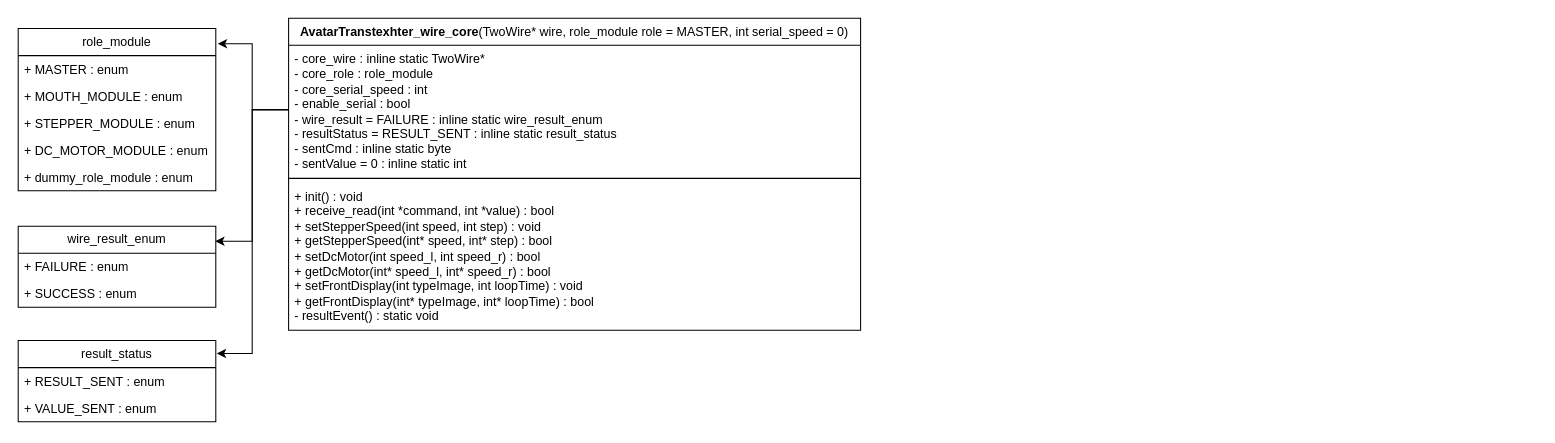
tremagiro/AvatarTranstexhter_wire_core keeps this draw.io diagram as page "クラス図" (1 of 10) of doc/AvatarTranstexhter_wire_core_sequence.drawio. Above is the earlier version. Source tidied: cells renumbered, new cells numbered last; positions are measured from the earlier drawing's top-left corner, leaving out a move shared by most shapes. Both pictures are drawn from the tidied source at 104%, with x=0, y=0 at pixel (18, 18).
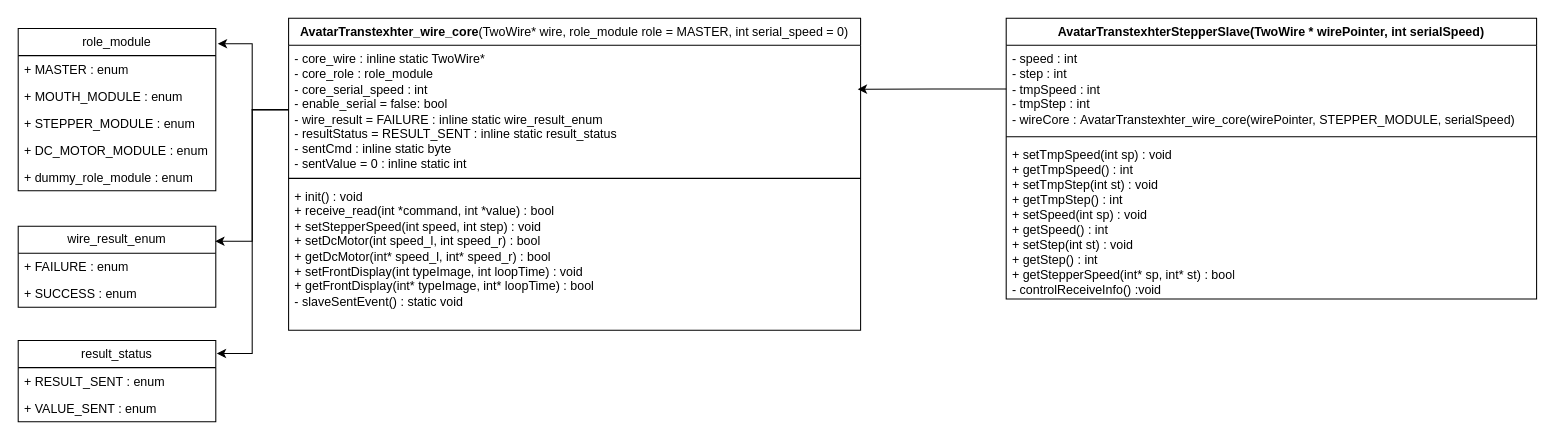
After the change.

The change refers to these unchanged cells:
```xml
<mxCell id="2" value="AvatarTranstexhter_wire_core&lt;span style=&quot;font-weight: 400; text-align: left;&quot;&gt;(TwoWire* wire, role_module role = MASTER, int serial_speed = 0)&lt;/span&gt;" style="swimlane;fontStyle=1;align=center;verticalAlign=top;horizontal=1;startSize=26;whiteSpace=wrap;html=1;" parent="1" vertex="1">
  <mxGeometry x="260" width="550" height="300" as="geometry" />
</mxCell>
```

Change to the diagram source:
```diff
@@
-    <mxCell id="3" value="- core_wire : inline static TwoWire*&lt;div&gt;- core_role : role_module&lt;/div&gt;&lt;div&gt;- core_serial_speed : int&lt;/div&gt;&lt;div&gt;- enable_serial : bool&lt;/div&gt;&lt;div&gt;- wire_result = FAILURE : inline static wire_result_enum&lt;/div&gt;&lt;div&gt;- resultStatus = RESULT_SENT : inline static result_status&lt;/div&gt;&lt;div&gt;- sentCmd : inline static byte&lt;/div&gt;&lt;div&gt;- sentValue = 0 : inline static int&lt;/div&gt;" style="text;strokeColor=none;fillColor=none;align=left;verticalAlign=top;spacingLeft=4;spacingRight=4;overflow=hidden;points=[[0,0.5],[1,0.5]];portConstraint=eastwest;whiteSpace=wrap;html=1;" parent="2" vertex="1">
+    <mxCell id="3" value="- core_wire : inline static TwoWire*&lt;div&gt;- core_role : role_module&lt;/div&gt;&lt;div&gt;- core_serial_speed : int&lt;/div&gt;&lt;div&gt;- enable_serial = false: bool&lt;/div&gt;&lt;div&gt;- wire_result = FAILURE : inline static wire_result_enum&lt;/div&gt;&lt;div&gt;- resultStatus = RESULT_SENT : inline static result_status&lt;/div&gt;&lt;div&gt;- sentCmd : inline static byte&lt;/div&gt;&lt;div&gt;- sentValue = 0 : inline static int&lt;/div&gt;" style="text;strokeColor=none;fillColor=none;align=left;verticalAlign=top;spacingLeft=4;spacingRight=4;overflow=hidden;points=[[0,0.5],[1,0.5]];portConstraint=eastwest;whiteSpace=wrap;html=1;" parent="2" vertex="1">
       <mxGeometry y="26" width="550" height="124" as="geometry" />
     </mxCell>
@@
-    <mxCell id="5" value="&lt;div&gt;&lt;span style=&quot;background-color: transparent; color: light-dark(rgb(0, 0, 0), rgb(255, 255, 255));&quot;&gt;+ init() : void&lt;/span&gt;&lt;/div&gt;&lt;div&gt;+ receive_read(int *command, int *value) : bool&lt;/div&gt;&lt;div&gt;+ setStepperSpeed(int speed, int step) : void&lt;/div&gt;&lt;div&gt;+ getStepperSpeed(int* speed, int* step) : bool&lt;/div&gt;&lt;div&gt;+ setDcMotor(int speed_l, int speed_r) : bool&lt;/div&gt;&lt;div&gt;+ getDcMotor(int* speed_l, int* speed_r) : bool&lt;/div&gt;&lt;div&gt;+ setFrontDisplay(int typeImage, int loopTime) : void&lt;/div&gt;&lt;div&gt;+ getFrontDisplay(int* typeImage, int* loopTime) : bool&lt;/div&gt;- resultEvent() : static void" style="text;strokeColor=none;fillColor=none;align=left;verticalAlign=top;spacingLeft=4;spacingRight=4;overflow=hidden;whiteSpace=wrap;html=1;" parent="2" vertex="1">
+    <mxCell id="5" value="&lt;div&gt;&lt;span style=&quot;background-color: transparent; color: light-dark(rgb(0, 0, 0), rgb(255, 255, 255));&quot;&gt;+ init() : void&lt;/span&gt;&lt;/div&gt;&lt;div&gt;+ receive_read(int *command, int *value) : bool&lt;/div&gt;&lt;div&gt;+ setStepperSpeed(int speed, int step) : void&lt;/div&gt;&lt;div&gt;+ setDcMotor(int speed_l, int speed_r) : bool&lt;/div&gt;&lt;div&gt;+ getDcMotor(int* speed_l, int* speed_r) : bool&lt;/div&gt;&lt;div&gt;+ setFrontDisplay(int typeImage, int loopTime) : void&lt;/div&gt;&lt;div&gt;+ getFrontDisplay(int* typeImage, int* loopTime) : bool&lt;/div&gt;-&amp;nbsp;&lt;span style=&quot;background-color: rgb(255, 255, 255); white-space: pre;&quot;&gt;&lt;font face=&quot;Helvetica&quot; style=&quot;color: rgb(0, 0, 0);&quot;&gt;slaveSentEvent&lt;/font&gt;&lt;/span&gt;&lt;span style=&quot;background-color: transparent; color: light-dark(rgb(0, 0, 0), rgb(255, 255, 255));&quot;&gt;() : static void&lt;/span&gt;" style="text;strokeColor=none;fillColor=none;align=left;verticalAlign=top;spacingLeft=4;spacingRight=4;overflow=hidden;whiteSpace=wrap;html=1;" parent="2" vertex="1">
       <mxGeometry y="158" width="550" height="142" as="geometry" />
     </mxCell>
@@
+    <mxCell id="21" value="AvatarTranstexhterStepperSlave(TwoWire * wirePointer, int serialSpeed)" style="swimlane;fontStyle=1;align=center;verticalAlign=top;horizontal=1;startSize=26;whiteSpace=wrap;html=1;" parent="1" vertex="1">
+      <mxGeometry x="950" width="510" height="270" as="geometry" />
+    </mxCell>
+    <mxCell id="22" value="- speed : int&lt;div&gt;- step : int&lt;/div&gt;&lt;div&gt;- tmpSpeed : int&lt;/div&gt;&lt;div&gt;- tmpStep : int&lt;/div&gt;&lt;div&gt;- wireCore :&amp;nbsp;&lt;span style=&quot;text-align: center; background-color: transparent; color: light-dark(rgb(0, 0, 0), rgb(255, 255, 255));&quot;&gt;AvatarTranstexhter_wire_core(wirePointer, STEPPER_MODULE, serialSpeed)&lt;/span&gt;&lt;/div&gt;" style="text;strokeColor=none;fillColor=none;align=left;verticalAlign=top;spacingLeft=4;spacingRight=4;overflow=hidden;points=[[0,0.5],[1,0.5]];portConstraint=eastwest;whiteSpace=wrap;html=1;" parent="21" vertex="1">
+      <mxGeometry y="26" width="510" height="84" as="geometry" />
+    </mxCell>
+    <mxCell id="23" style="line;strokeWidth=1;fillColor=none;align=left;verticalAlign=middle;spacingTop=-1;spacingLeft=3;spacingRight=3;labelPosition=right;strokeColor=inherit;" parent="21" vertex="1">
+      <mxGeometry y="110" width="510" height="8" as="geometry" />
+    </mxCell>
+    <mxCell id="24" value="+ setTmpSpeed(int sp) : void&lt;div&gt;+ getTmpSpeed() : int&lt;/div&gt;&lt;div&gt;+ setTmpStep(int st) : void&lt;/div&gt;&lt;div&gt;+ getTmpStep() : int&lt;/div&gt;&lt;div&gt;+ setSpeed(int sp) : void&lt;div&gt;+ getSpeed() : int&lt;/div&gt;&lt;div&gt;+ setStep(int st) : void&lt;/div&gt;&lt;div&gt;+ getStep() : int&lt;/div&gt;&lt;/div&gt;&lt;div&gt;+ getStepperSpeed(int* sp, int* st) : bool&lt;/div&gt;&lt;div&gt;- controlReceiveInfo() :void&lt;/div&gt;" style="text;strokeColor=none;fillColor=none;align=left;verticalAlign=top;spacingLeft=4;spacingRight=4;overflow=hidden;whiteSpace=wrap;html=1;" parent="21" vertex="1">
+      <mxGeometry y="118" width="510" height="152" as="geometry" />
+    </mxCell>
+    <mxCell id="25" style="edgeStyle=orthogonalEdgeStyle;rounded=0;jettySize=auto;html=1;exitX=0;exitY=0.5;exitDx=0;exitDy=0;entryX=0.995;entryY=0.341;entryDx=0;entryDy=0;entryPerimeter=0;" parent="1" edge="1" source="22" target="3">
+      <mxGeometry relative="1" as="geometry" />
+    </mxCell>
```
